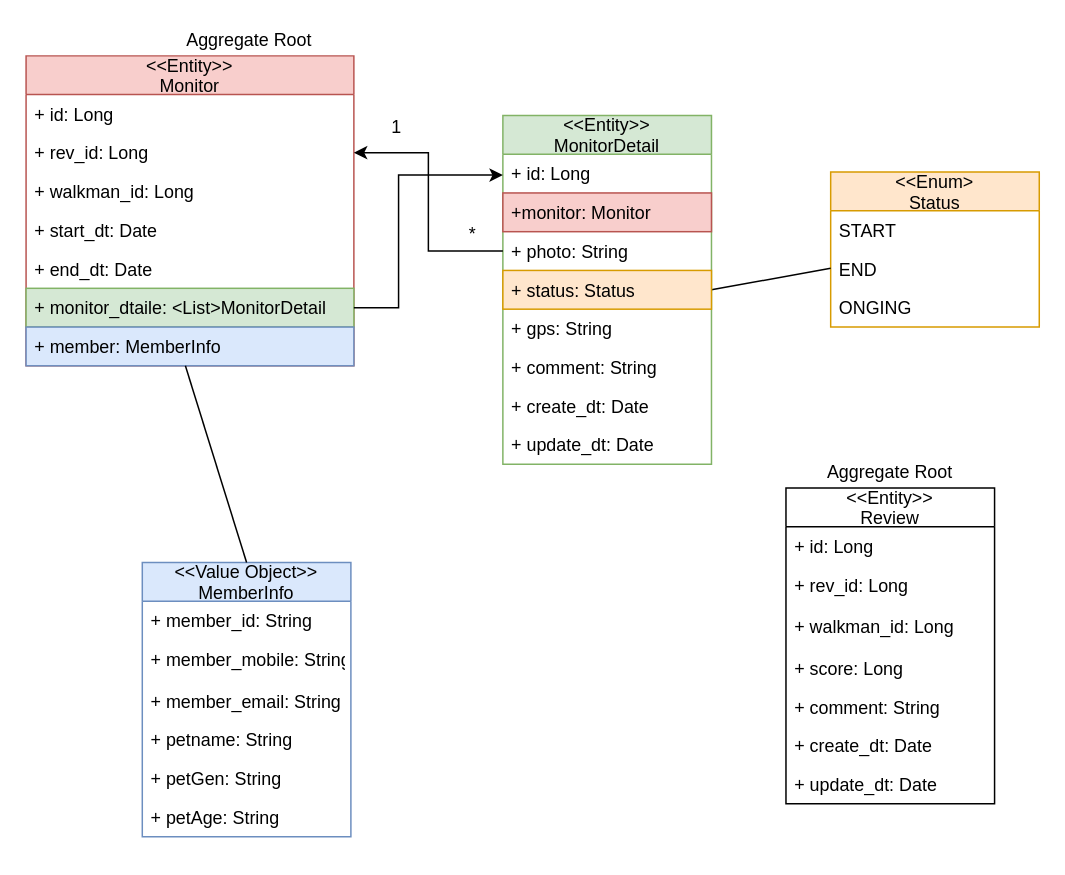
The draw.io diagram page "Page-3" (3 of 3) of Untitled Diagram.drawio in shimjinyoung/springbootpjt, before the edit. Source tidied: cells renumbered, new cells numbered last; positions are measured from the earlier drawing's top-left corner, leaving out a move shared by most shapes. Both pictures are drawn from the tidied source at 149%, with x=0, y=0 at pixel (25, 25).
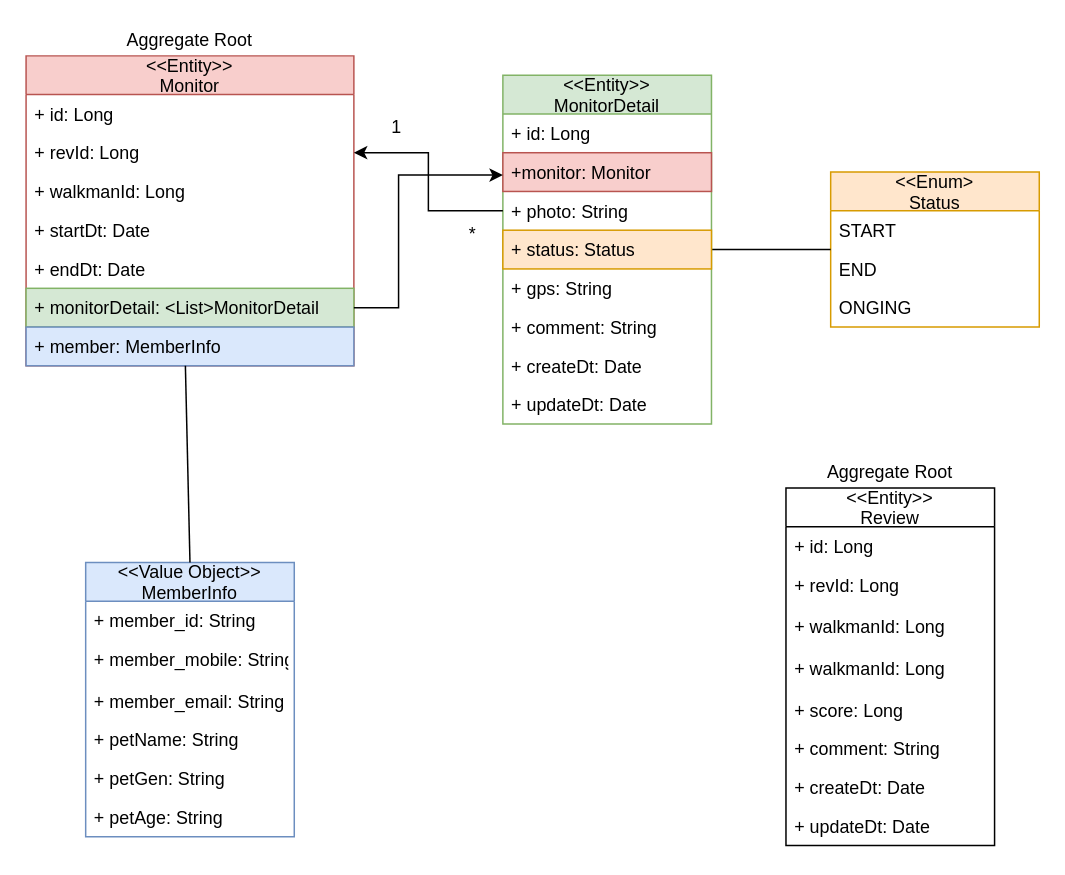
The same page after the edit.

The change refers to these unchanged cells:
```xml
<mxCell id="2" value="&lt;&lt;Entity&gt;&gt;&#10;Monitor" style="swimlane;fontStyle=0;horizontal=1;startSize=26;fillColor=#f8cecc;strokeColor=#b85450;" parent="1" vertex="1">
  <mxGeometry y="20" width="220" height="208" as="geometry" />
</mxCell>
```

Diff of the diagram source:
```diff
@@
-    <mxCell id="4" value="+ rev_id: Long" style="text;strokeColor=none;fillColor=none;align=left;verticalAlign=top;spacingLeft=4;spacingRight=4;overflow=hidden;points=[[0,0.5],[1,0.5]];portConstraint=eastwest;" parent="2" vertex="1">
+    <mxCell id="4" value="+ revId: Long" style="text;strokeColor=none;fillColor=none;align=left;verticalAlign=top;spacingLeft=4;spacingRight=4;overflow=hidden;points=[[0,0.5],[1,0.5]];portConstraint=eastwest;" parent="2" vertex="1">
       <mxGeometry y="52" width="220" height="26" as="geometry" />
     </mxCell>
-    <mxCell id="5" value="+ walkman_id: Long" style="text;strokeColor=none;fillColor=none;align=left;verticalAlign=top;spacingLeft=4;spacingRight=4;overflow=hidden;" parent="2" vertex="1">
+    <mxCell id="5" value="+ walkmanId: Long" style="text;strokeColor=none;fillColor=none;align=left;verticalAlign=top;spacingLeft=4;spacingRight=4;overflow=hidden;" parent="2" vertex="1">
       <mxGeometry y="78" width="220" height="26" as="geometry" />
     </mxCell>
-    <mxCell id="6" value="+ start_dt: Date" style="text;strokeColor=none;fillColor=none;align=left;verticalAlign=top;spacingLeft=4;spacingRight=4;overflow=hidden;" parent="2" vertex="1">
+    <mxCell id="6" value="+ startDt: Date" style="text;strokeColor=none;fillColor=none;align=left;verticalAlign=top;spacingLeft=4;spacingRight=4;overflow=hidden;" parent="2" vertex="1">
       <mxGeometry y="104" width="220" height="26" as="geometry" />
     </mxCell>
-    <mxCell id="7" value="+ end_dt: Date" style="text;strokeColor=none;fillColor=none;align=left;verticalAlign=top;spacingLeft=4;spacingRight=4;overflow=hidden;" parent="2" vertex="1">
+    <mxCell id="7" value="+ endDt: Date" style="text;strokeColor=none;fillColor=none;align=left;verticalAlign=top;spacingLeft=4;spacingRight=4;overflow=hidden;" parent="2" vertex="1">
       <mxGeometry y="130" width="220" height="26" as="geometry" />
     </mxCell>
-    <mxCell id="8" value="+ monitor_dtaile: &lt;List&gt;MonitorDetail" style="text;strokeColor=#82b366;fillColor=#d5e8d4;align=left;verticalAlign=top;spacingLeft=4;spacingRight=4;overflow=hidden;points=[[0,0.5],[1,0.5]];portConstraint=eastwest;" parent="2" vertex="1">
+    <mxCell id="8" value="+ monitorDetail: &lt;List&gt;MonitorDetail" style="text;strokeColor=#82b366;fillColor=#d5e8d4;align=left;verticalAlign=top;spacingLeft=4;spacingRight=4;overflow=hidden;points=[[0,0.5],[1,0.5]];portConstraint=eastwest;" parent="2" vertex="1">
       <mxGeometry y="156" width="220" height="26" as="geometry" />
     </mxCell>
@@
     <mxCell id="10" value="&lt;&lt;Value Object&gt;&gt;&#10;MemberInfo" style="swimlane;fontStyle=0;horizontal=1;startSize=26;fillColor=#dae8fc;strokeColor=#6c8ebf;" parent="1" vertex="1">
-      <mxGeometry x="78" y="360" width="140" height="184" as="geometry" />
+      <mxGeometry x="40" y="360" width="140" height="184" as="geometry" />
     </mxCell>
@@
-    <mxCell id="14" value="+ petname: String" style="text;strokeColor=none;fillColor=none;align=left;verticalAlign=top;spacingLeft=4;spacingRight=4;overflow=hidden;" parent="10" vertex="1">
+    <mxCell id="14" value="+ petName: String" style="text;strokeColor=none;fillColor=none;align=left;verticalAlign=top;spacingLeft=4;spacingRight=4;overflow=hidden;" parent="10" vertex="1">
       <mxGeometry y="106" width="140" height="26" as="geometry" />
     </mxCell>
@@
     <mxCell id="17" value="&lt;&lt;Entity&gt;&gt;&#10;Review" style="swimlane;fontStyle=0;horizontal=1;startSize=26;fillColor=none;" parent="1" vertex="1">
-      <mxGeometry x="510" y="310" width="140" height="212" as="geometry" />
+      <mxGeometry x="510" y="310" width="140" height="240" as="geometry" />
     </mxCell>
@@
-    <mxCell id="19" value="+ rev_id: Long" style="text;strokeColor=none;fillColor=none;align=left;verticalAlign=top;spacingLeft=4;spacingRight=4;overflow=hidden;" parent="17" vertex="1">
+    <mxCell id="19" value="+ revId: Long" style="text;strokeColor=none;fillColor=none;align=left;verticalAlign=top;spacingLeft=4;spacingRight=4;overflow=hidden;" parent="17" vertex="1">
       <mxGeometry y="52" width="140" height="28" as="geometry" />
     </mxCell>
+    <mxCell id="46" value="+ walkmanId: Long" style="text;strokeColor=none;fillColor=none;align=left;verticalAlign=top;spacingLeft=4;spacingRight=4;overflow=hidden;" parent="17" vertex="1">
+      <mxGeometry y="80" width="140" height="28" as="geometry" />
+    </mxCell>
-    <mxCell id="20" value="+ walkman_id: Long" style="text;strokeColor=none;fillColor=none;align=left;verticalAlign=top;spacingLeft=4;spacingRight=4;overflow=hidden;" parent="17" vertex="1">
-      <mxGeometry y="80" width="140" height="28" as="geometry" />
+    <mxCell id="20" value="+ walkmanId: Long" style="text;strokeColor=none;fillColor=none;align=left;verticalAlign=top;spacingLeft=4;spacingRight=4;overflow=hidden;" parent="17" vertex="1">
+      <mxGeometry y="108" width="140" height="28" as="geometry" />
     </mxCell>
     <mxCell id="21" value="+ score: Long" style="text;strokeColor=none;fillColor=none;align=left;verticalAlign=top;spacingLeft=4;spacingRight=4;overflow=hidden;" parent="17" vertex="1">
-      <mxGeometry y="108" width="140" height="26" as="geometry" />
+      <mxGeometry y="136" width="140" height="26" as="geometry" />
     </mxCell>
     <mxCell id="22" value="+ comment: String" style="text;strokeColor=none;fillColor=none;align=left;verticalAlign=top;spacingLeft=4;spacingRight=4;overflow=hidden;" parent="17" vertex="1">
-      <mxGeometry y="134" width="140" height="26" as="geometry" />
+      <mxGeometry y="162" width="140" height="26" as="geometry" />
     </mxCell>
-    <mxCell id="23" value="+ create_dt: Date" style="text;strokeColor=none;fillColor=none;align=left;verticalAlign=top;spacingLeft=4;spacingRight=4;overflow=hidden;" parent="17" vertex="1">
-      <mxGeometry y="160" width="140" height="26" as="geometry" />
+    <mxCell id="23" value="+ createDt: Date" style="text;strokeColor=none;fillColor=none;align=left;verticalAlign=top;spacingLeft=4;spacingRight=4;overflow=hidden;" parent="17" vertex="1">
+      <mxGeometry y="188" width="140" height="26" as="geometry" />
     </mxCell>
-    <mxCell id="24" value="+ update_dt: Date" style="text;strokeColor=none;fillColor=none;align=left;verticalAlign=top;spacingLeft=4;spacingRight=4;overflow=hidden;" parent="17" vertex="1">
-      <mxGeometry y="186" width="140" height="26" as="geometry" />
+    <mxCell id="24" value="+ updateDt: Date" style="text;strokeColor=none;fillColor=none;align=left;verticalAlign=top;spacingLeft=4;spacingRight=4;overflow=hidden;" parent="17" vertex="1">
+      <mxGeometry y="214" width="140" height="26" as="geometry" />
     </mxCell>
@@
     <mxCell id="31" value="&lt;&lt;Entity&gt;&gt;&#10;MonitorDetail" style="swimlane;fontStyle=0;horizontal=1;startSize=26;fillColor=#d5e8d4;strokeColor=#82b366;" parent="1" vertex="1">
-      <mxGeometry x="320" y="60" width="140" height="234" as="geometry" />
+      <mxGeometry x="320" y="33" width="140" height="234" as="geometry" />
     </mxCell>
@@
-    <mxCell id="38" value="+ create_dt: Date" style="text;strokeColor=none;fillColor=none;align=left;verticalAlign=top;spacingLeft=4;spacingRight=4;overflow=hidden;" parent="31" vertex="1">
+    <mxCell id="38" value="+ createDt: Date" style="text;strokeColor=none;fillColor=none;align=left;verticalAlign=top;spacingLeft=4;spacingRight=4;overflow=hidden;" parent="31" vertex="1">
       <mxGeometry y="182" width="140" height="26" as="geometry" />
     </mxCell>
-    <mxCell id="39" value="+ update_dt: Date" style="text;strokeColor=none;fillColor=none;align=left;verticalAlign=top;spacingLeft=4;spacingRight=4;overflow=hidden;" parent="31" vertex="1">
+    <mxCell id="39" value="+ updateDt: Date" style="text;strokeColor=none;fillColor=none;align=left;verticalAlign=top;spacingLeft=4;spacingRight=4;overflow=hidden;" parent="31" vertex="1">
       <mxGeometry y="208" width="140" height="26" as="geometry" />
     </mxCell>
     <mxCell id="40" value="Aggregate Root" style="text;html=1;strokeColor=none;fillColor=none;align=center;verticalAlign=middle;whiteSpace=wrap;rounded=0;" parent="1" vertex="1">
-      <mxGeometry x="95" width="110" height="20" as="geometry" />
+      <mxGeometry x="55" width="110" height="20" as="geometry" />
     </mxCell>
```
